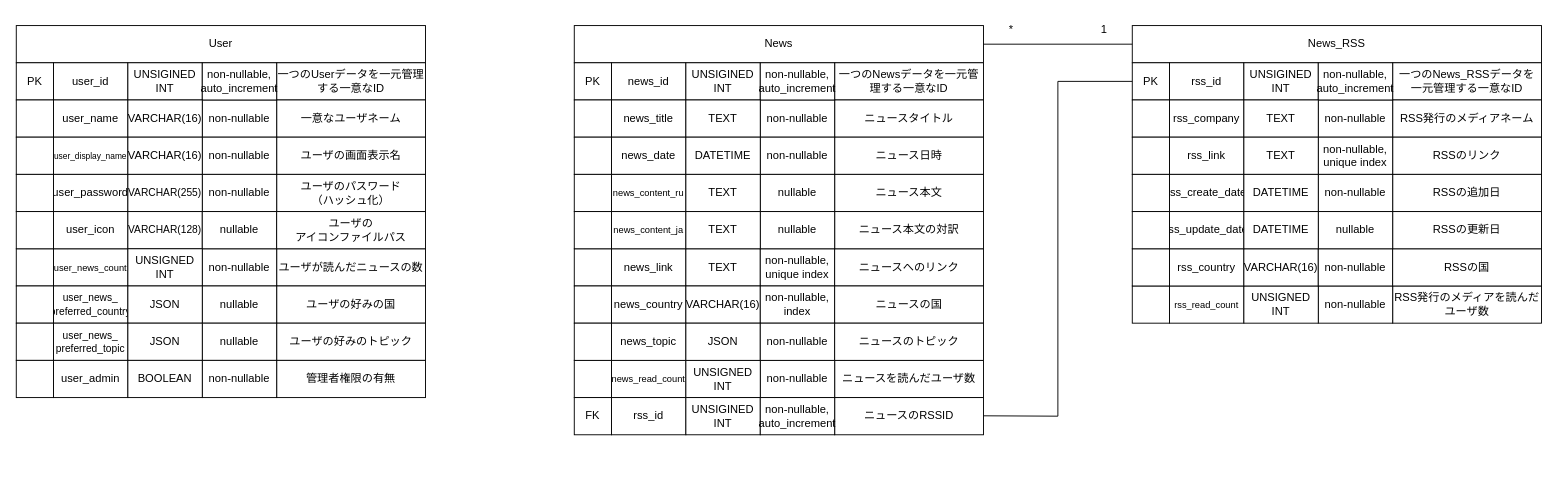
This is ERD.drawio from kokoa454/CIS_Insight, a draw.io file, before an edit. Source tidied: cells renumbered, new cells numbered last; positions are measured from the earlier drawing's top-left corner, leaving out a move shared by most shapes. Both pictures are drawn from the tidied source at 93%, with x=0, y=0 at pixel (16, 16).
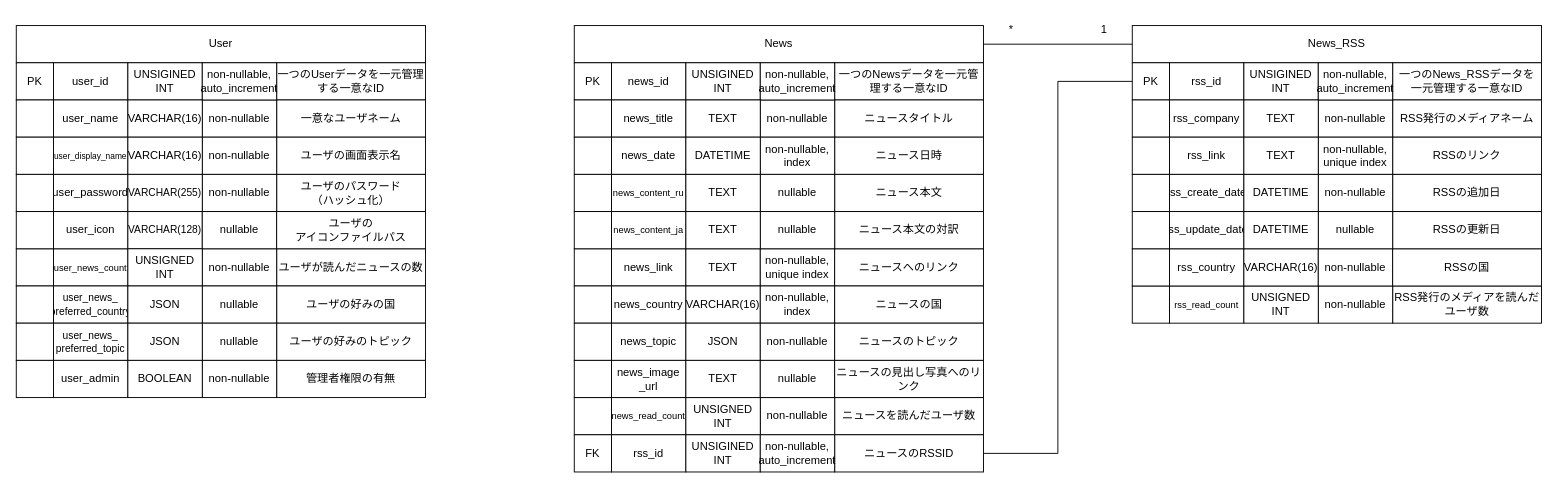
After the change.

Unchanged cells that the change refers to:
```xml
<mxCell id="92" value="&lt;div&gt;PK&lt;/div&gt;" style="rounded=0;whiteSpace=wrap;html=1;" parent="1" vertex="1">
  <mxGeometry x="1200" y="50" width="40" height="40" as="geometry" />
</mxCell>
```

Diff of the diagram source:
```diff
@@
     <mxCell id="46" value="&lt;font style=&quot;font-size: 10px;&quot;&gt;news_read_count&lt;/font&gt;" style="rounded=0;whiteSpace=wrap;html=1;" parent="1" vertex="1">
-      <mxGeometry x="640" y="370" width="80" height="40" as="geometry" />
+      <mxGeometry x="640" y="410" width="80" height="40" as="geometry" />
     </mxCell>
     <mxCell id="47" value="ニュースを読んだユーザ数" style="rounded=0;whiteSpace=wrap;html=1;" parent="1" vertex="1">
-      <mxGeometry x="880" y="370" width="160" height="40" as="geometry" />
+      <mxGeometry x="880" y="410" width="160" height="40" as="geometry" />
     </mxCell>
     <mxCell id="48" style="rounded=0;whiteSpace=wrap;html=1;" parent="1" vertex="1">
-      <mxGeometry x="600" y="370" width="40" height="40" as="geometry" />
+      <mxGeometry x="600" y="410" width="40" height="40" as="geometry" />
     </mxCell>
@@
-    <mxCell id="52" value="non-nullable" style="rounded=0;whiteSpace=wrap;html=1;" parent="1" vertex="1">
+    <mxCell id="52" value="non-nullable,&lt;br&gt;index" style="rounded=0;whiteSpace=wrap;html=1;" parent="1" vertex="1">
       <mxGeometry x="800" y="130" width="80" height="40" as="geometry" />
     </mxCell>
@@
     <mxCell id="54" value="non-nullable" style="rounded=0;whiteSpace=wrap;html=1;" parent="1" vertex="1">
-      <mxGeometry x="800" y="370" width="80" height="40" as="geometry" />
+      <mxGeometry x="800" y="410" width="80" height="40" as="geometry" />
     </mxCell>
@@
     <mxCell id="63" value="UNSIGNED INT" style="rounded=0;whiteSpace=wrap;html=1;" parent="1" vertex="1">
-      <mxGeometry x="720" y="370" width="80" height="40" as="geometry" />
+      <mxGeometry x="720" y="410" width="80" height="40" as="geometry" />
     </mxCell>
@@
     <mxCell id="130" value="&lt;div&gt;ニュースのRSSID&lt;/div&gt;" style="rounded=0;whiteSpace=wrap;html=1;" parent="1" vertex="1">
-      <mxGeometry x="880" y="410" width="160" height="40" as="geometry" />
+      <mxGeometry x="880" y="450" width="160" height="40" as="geometry" />
     </mxCell>
     <mxCell id="131" value="rss_id" style="rounded=0;whiteSpace=wrap;html=1;" parent="1" vertex="1">
-      <mxGeometry x="640" y="410" width="80" height="40" as="geometry" />
+      <mxGeometry x="640" y="450" width="80" height="40" as="geometry" />
     </mxCell>
     <mxCell id="132" value="FK" style="rounded=0;whiteSpace=wrap;html=1;" parent="1" vertex="1">
-      <mxGeometry x="600" y="410" width="40" height="40" as="geometry" />
+      <mxGeometry x="600" y="450" width="40" height="40" as="geometry" />
     </mxCell>
     <mxCell id="133" value="UNSIGINED INT" style="rounded=0;whiteSpace=wrap;html=1;" parent="1" vertex="1">
-      <mxGeometry x="720" y="410" width="80" height="40" as="geometry" />
+      <mxGeometry x="720" y="450" width="80" height="40" as="geometry" />
     </mxCell>
     <mxCell id="134" value="&lt;div&gt;non-nullable,&lt;/div&gt;&lt;div&gt;auto_increment&lt;/div&gt;" style="rounded=0;whiteSpace=wrap;html=1;" parent="1" vertex="1">
-      <mxGeometry x="800" y="410" width="80" height="40" as="geometry" />
+      <mxGeometry x="800" y="450" width="80" height="40" as="geometry" />
     </mxCell>
@@
-    <mxCell id="138" style="endArrow=none;html=1;rounded=0;exitX=0;exitY=0.5;exitDx=0;exitDy=0;entryX=1;entryY=0.5;entryDx=0;entryDy=0;" parent="1" edge="1" source="92">
+    <mxCell id="138" style="endArrow=none;html=1;rounded=0;exitX=0;exitY=0.5;exitDx=0;exitDy=0;entryX=1;entryY=0.5;entryDx=0;entryDy=0;" parent="1" edge="1" source="92" target="130">
       <mxGeometry relative="1" as="geometry">
-        <mxPoint x="1040" y="429.6" as="targetPoint" />
         <Array as="points">
           <mxPoint x="1120" y="70" />
-          <mxPoint x="1120" y="430" />
+          <mxPoint x="1120" y="470" />
         </Array>
       </mxGeometry>
     </mxCell>
+    <mxCell id="139" style="rounded=0;whiteSpace=wrap;html=1;" parent="1" vertex="1">
+      <mxGeometry x="600" y="370" width="40" height="40" as="geometry" />
+    </mxCell>
+    <mxCell id="140" value="news_image&lt;br&gt;_url" style="rounded=0;whiteSpace=wrap;html=1;" parent="1" vertex="1">
+      <mxGeometry x="640" y="370" width="80" height="40" as="geometry" />
+    </mxCell>
+    <mxCell id="141" value="TEXT" style="rounded=0;whiteSpace=wrap;html=1;" parent="1" vertex="1">
+      <mxGeometry x="720" y="370" width="80" height="40" as="geometry" />
+    </mxCell>
+    <mxCell id="142" value="nullable" style="rounded=0;whiteSpace=wrap;html=1;" parent="1" vertex="1">
+      <mxGeometry x="800" y="370" width="80" height="40" as="geometry" />
+    </mxCell>
+    <mxCell id="143" value="ニュースの見出し写真へのリンク" style="rounded=0;whiteSpace=wrap;html=1;" parent="1" vertex="1">
+      <mxGeometry x="880" y="370" width="160" height="40" as="geometry" />
+    </mxCell>
```
